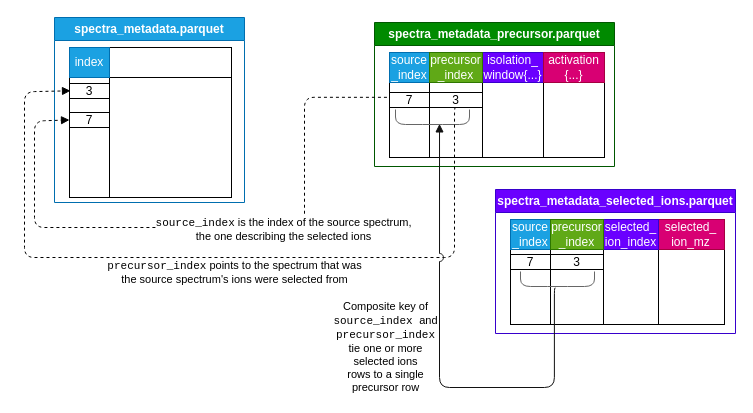
Above: docs/assets/img/precursor-linkage.drawio in HUPO-PSI/mzPeak-specification (draw.io), before the change. Source tidied: cells renumbered, new cells numbered last; positions are measured from the earlier drawing's top-left corner, leaving out a move shared by most shapes. Both pictures are drawn from the tidied source at 100%, with x=0, y=0 at pixel (24, 17).
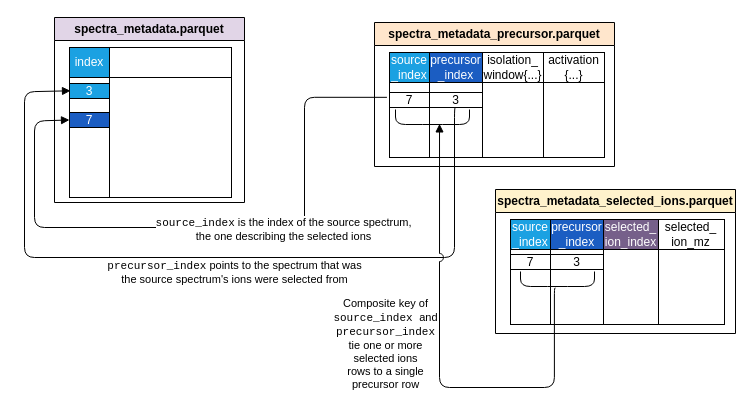
After the change.

Change to the diagram source:
```diff
@@
-    <mxCell id="2" value="spectra_metadata_precursor.parquet" style="swimlane;whiteSpace=wrap;html=1;fillColor=#008a00;fontColor=#ffffff;strokeColor=#005700;" parent="1" vertex="1">
+    <mxCell id="2" value="spectra_metadata_precursor.parquet" style="swimlane;whiteSpace=wrap;html=1;fillColor=#FFE6CC;fontColor=#000000;strokeColor=light-dark(#000000,#121212);" parent="1" vertex="1">
       <mxGeometry x="350" y="5" width="240" height="144" as="geometry" />
     </mxCell>
-    <mxCell id="3" style="rounded=0;whiteSpace=wrap;html=1;direction=south;rotation=90;" parent="2" vertex="1">
+    <mxCell id="3" style="rounded=0;whiteSpace=wrap;html=1;direction=south;rotation=90;strokeColor=light-dark(#000000,#121212);" parent="2" vertex="1">
       <mxGeometry x="-2.5" y="77.5" width="75" height="40" as="geometry" />
     </mxCell>
-    <mxCell id="4" value="&lt;span style=&quot;color: light-dark(rgb(255, 255, 255), rgb(237, 237, 237));&quot;&gt;source&lt;/span&gt;&lt;div&gt;&lt;span style=&quot;color: light-dark(rgb(255, 255, 255), rgb(237, 237, 237));&quot;&gt;_index&lt;/span&gt;&lt;/div&gt;" style="rounded=0;whiteSpace=wrap;html=1;fillColor=#1ba1e2;strokeColor=#006EAF;fontColor=#ffffff;" parent="2" vertex="1">
+    <mxCell id="4" value="&lt;span style=&quot;color: light-dark(rgb(255, 255, 255), rgb(237, 237, 237));&quot;&gt;source&lt;/span&gt;&lt;div&gt;&lt;span style=&quot;color: light-dark(rgb(255, 255, 255), rgb(237, 237, 237));&quot;&gt;_index&lt;/span&gt;&lt;/div&gt;" style="rounded=0;whiteSpace=wrap;html=1;fillColor=#1ba1e2;strokeColor=light-dark(#000000,#121212);fontColor=#ffffff;" parent="2" vertex="1">
       <mxGeometry x="15" y="30" width="40" height="30" as="geometry" />
     </mxCell>
-    <mxCell id="5" style="group;" parent="2" vertex="1">
+    <mxCell id="5" style="group;strokeColor=light-dark(#000000,#121212);" parent="2" vertex="1">
       <mxGeometry x="108" y="30" width="61" height="105" as="geometry" />
     </mxCell>
-    <mxCell id="6" style="rounded=0;whiteSpace=wrap;html=1;" parent="5" vertex="1">
+    <mxCell id="6" style="rounded=0;whiteSpace=wrap;html=1;strokeColor=light-dark(#000000,#121212);" parent="5" vertex="1">
       <mxGeometry y="30" width="61" height="75" as="geometry" />
     </mxCell>
-    <mxCell id="7" value="&lt;span style=&quot;color: light-dark(rgb(255, 255, 255), rgb(237, 237, 237));&quot;&gt;isolation_&lt;/span&gt;&lt;div&gt;&lt;span style=&quot;color: light-dark(rgb(255, 255, 255), rgb(237, 237, 237));&quot;&gt;window{...}&lt;/span&gt;&lt;/div&gt;" style="rounded=0;whiteSpace=wrap;html=1;fillColor=#6a00ff;fontColor=#ffffff;strokeColor=#3700CC;" parent="5" vertex="1">
+    <mxCell id="7" value="isolation_&lt;div&gt;window{...}&lt;/div&gt;" style="rounded=0;whiteSpace=wrap;html=1;fontColor=light-dark(#000000,#EDEDED);strokeColor=light-dark(#000000,#121212);" parent="5" vertex="1">
       <mxGeometry width="61" height="30" as="geometry" />
     </mxCell>
-    <mxCell id="8" style="group;" parent="2" vertex="1">
+    <mxCell id="8" style="group;strokeColor=light-dark(#000000,#121212);" parent="2" vertex="1">
       <mxGeometry x="169" y="30" width="61" height="105" as="geometry" />
     </mxCell>
-    <mxCell id="9" style="rounded=0;whiteSpace=wrap;html=1;" parent="8" vertex="1">
+    <mxCell id="9" style="rounded=0;whiteSpace=wrap;html=1;strokeColor=light-dark(#000000,#121212);" parent="8" vertex="1">
       <mxGeometry y="30" width="61" height="75" as="geometry" />
     </mxCell>
-    <mxCell id="10" value="activation {...}" style="rounded=0;whiteSpace=wrap;html=1;fillColor=#d80073;strokeColor=#A50040;fontColor=#ffffff;" parent="8" vertex="1">
+    <mxCell id="10" value="activation {...}" style="rounded=0;whiteSpace=wrap;html=1;strokeColor=light-dark(#000000,#121212);" parent="8" vertex="1">
       <mxGeometry width="61" height="30" as="geometry" />
     </mxCell>
-    <mxCell id="11" value="7" style="rounded=0;whiteSpace=wrap;html=1;" parent="2" vertex="1">
+    <mxCell id="11" value="7" style="rounded=0;whiteSpace=wrap;html=1;strokeColor=light-dark(#000000,#121212);" parent="2" vertex="1">
       <mxGeometry x="15" y="70" width="40" height="15" as="geometry" />
     </mxCell>
-    <mxCell id="12" style="rounded=0;whiteSpace=wrap;html=1;" parent="2" vertex="1">
+    <mxCell id="12" style="rounded=0;whiteSpace=wrap;html=1;strokeColor=light-dark(#000000,#121212);" parent="2" vertex="1">
       <mxGeometry x="55" y="60" width="53" height="75" as="geometry" />
     </mxCell>
-    <mxCell id="13" value="&lt;span style=&quot;color: light-dark(rgb(255, 255, 255), rgb(237, 237, 237));&quot;&gt;precursor&lt;/span&gt;&lt;div&gt;&lt;span style=&quot;color: light-dark(rgb(255, 255, 255), rgb(237, 237, 237));&quot;&gt;_index&lt;/span&gt;&lt;/div&gt;" style="rounded=0;whiteSpace=wrap;html=1;fillColor=#60a917;strokeColor=#2D7600;fontColor=#ffffff;" parent="2" vertex="1">
+    <mxCell id="13" value="&lt;span style=&quot;color: light-dark(rgb(255, 255, 255), rgb(237, 237, 237));&quot;&gt;precursor&lt;/span&gt;&lt;div&gt;&lt;span style=&quot;color: light-dark(rgb(255, 255, 255), rgb(237, 237, 237));&quot;&gt;_index&lt;/span&gt;&lt;/div&gt;" style="rounded=0;whiteSpace=wrap;html=1;fillColor=#1B5DC2;strokeColor=light-dark(#000000,#121212);fontColor=#ffffff;" parent="2" vertex="1">
       <mxGeometry x="55" y="30" width="53" height="30" as="geometry" />
     </mxCell>
-    <mxCell id="14" value="3" style="rounded=0;whiteSpace=wrap;html=1;" parent="2" vertex="1">
+    <mxCell id="14" value="3" style="rounded=0;whiteSpace=wrap;html=1;strokeColor=light-dark(#000000,#121212);" parent="2" vertex="1">
       <mxGeometry x="55" y="70" width="53" height="15" as="geometry" />
     </mxCell>
-    <mxCell id="15" style="shape=curlyBracket;whiteSpace=wrap;html=1;rounded=1;flipH=1;labelPosition=right;verticalLabelPosition=middle;align=left;verticalAlign=middle;legacyAnchorPoints=0;rotation=90;size=0;fillColor=#f5f5f5;fontColor=#333333;strokeColor=#666666;" parent="2" vertex="1">
+    <mxCell id="15" style="shape=curlyBracket;whiteSpace=wrap;html=1;rounded=1;flipH=1;labelPosition=right;verticalLabelPosition=middle;align=left;verticalAlign=middle;legacyAnchorPoints=0;rotation=90;size=0;fillColor=#f5f5f5;fontColor=#333333;strokeColor=light-dark(#000000,#121212);" parent="2" vertex="1">
       <mxGeometry x="50.5" y="57.5" width="15" height="74" as="geometry" />
     </mxCell>
-    <mxCell id="16" value="spectra_metadata.parquet" style="swimlane;whiteSpace=wrap;html=1;fillColor=#1ba1e2;fontColor=#ffffff;strokeColor=#006EAF;" parent="1" vertex="1">
+    <mxCell id="16" value="spectra_metadata.parquet" style="swimlane;whiteSpace=wrap;html=1;fillColor=#E1D5E7;fontColor=#000000;strokeColor=light-dark(#000000,#121212);" parent="1" vertex="1">
       <mxGeometry x="30" width="190" height="185" as="geometry" />
     </mxCell>
-    <mxCell id="17" style="group;" parent="16" vertex="1">
+    <mxCell id="17" style="group;strokeColor=light-dark(#000000,#121212);" parent="16" vertex="1">
       <mxGeometry x="55" y="30" width="122" height="150" as="geometry" />
     </mxCell>
-    <mxCell id="18" style="rounded=0;whiteSpace=wrap;html=1;" parent="17" vertex="1">
+    <mxCell id="18" style="rounded=0;whiteSpace=wrap;html=1;strokeColor=light-dark(#000000,#121212);" parent="17" vertex="1">
       <mxGeometry y="30" width="122" height="120" as="geometry" />
     </mxCell>
-    <mxCell id="19" style="rounded=0;whiteSpace=wrap;html=1;" parent="17" vertex="1">
+    <mxCell id="19" style="rounded=0;whiteSpace=wrap;html=1;strokeColor=light-dark(#000000,#121212);" parent="17" vertex="1">
       <mxGeometry width="122" height="30" as="geometry" />
     </mxCell>
-    <mxCell id="20" style="group;" parent="16" vertex="1">
-      <mxGeometry x="-25" y="30" width="120" height="110" as="geometry" />
-    </mxCell>
-    <mxCell id="21" style="rounded=0;whiteSpace=wrap;html=1;direction=south;rotation=90;" parent="20" vertex="1">
-      <mxGeometry y="70" width="120" height="40" as="geometry" />
+    <mxCell id="21" style="rounded=0;whiteSpace=wrap;html=1;direction=south;rotation=90;strokeColor=light-dark(#000000,#121212);" parent="16" vertex="1">
+      <mxGeometry x="-25" y="100" width="120" height="40" as="geometry" />
     </mxCell>
-    <mxCell id="22" value="&lt;div&gt;&lt;span style=&quot;color: light-dark(rgb(255, 255, 255), rgb(237, 237, 237));&quot;&gt;index&lt;/span&gt;&lt;/div&gt;" style="rounded=0;whiteSpace=wrap;html=1;fillColor=#1ba1e2;strokeColor=#006EAF;fontColor=#FFFFFF;" parent="20" vertex="1">
-      <mxGeometry x="40" width="40" height="30" as="geometry" />
+    <mxCell id="22" value="&lt;div&gt;&lt;span style=&quot;color: light-dark(rgb(255, 255, 255), rgb(237, 237, 237));&quot;&gt;index&lt;/span&gt;&lt;/div&gt;" style="rounded=0;whiteSpace=wrap;html=1;fillColor=#1ba1e2;strokeColor=light-dark(#000000,#121212);fontColor=#FFFFFF;" parent="16" vertex="1">
+      <mxGeometry x="15" y="30" width="40" height="30" as="geometry" />
     </mxCell>
-    <mxCell id="23" value="7" style="rounded=0;whiteSpace=wrap;html=1;" parent="20" vertex="1">
-      <mxGeometry x="40" y="65" width="40" height="15" as="geometry" />
+    <mxCell id="23" value="7" style="rounded=0;whiteSpace=wrap;html=1;fillColor=#1B5DC2;fontColor=#FFFFFF;strokeColor=light-dark(#000000,#121212);" parent="16" vertex="1">
+      <mxGeometry x="15" y="95" width="40" height="15" as="geometry" />
     </mxCell>
-    <mxCell id="24" value="spectra_metadata_selected_ions.parquet" style="swimlane;whiteSpace=wrap;html=1;fillColor=#6a00ff;fontColor=#ffffff;strokeColor=#3700CC;" parent="1" vertex="1">
+    <mxCell id="24" value="spectra_metadata_selected_ions.parquet" style="swimlane;whiteSpace=wrap;html=1;fillColor=#FFF2CC;fontColor=#000000;strokeColor=light-dark(#000000,#121212);" parent="1" vertex="1">
       <mxGeometry x="471" y="172" width="240" height="144" as="geometry" />
     </mxCell>
-    <mxCell id="25" style="rounded=0;whiteSpace=wrap;html=1;direction=south;rotation=90;" parent="24" vertex="1">
+    <mxCell id="25" style="rounded=0;whiteSpace=wrap;html=1;direction=south;rotation=90;strokeColor=light-dark(#000000,#121212);" parent="24" vertex="1">
       <mxGeometry x="-2.5" y="77.5" width="75" height="40" as="geometry" />
     </mxCell>
-    <mxCell id="26" value="&lt;span style=&quot;color: light-dark(rgb(255, 255, 255), rgb(237, 237, 237));&quot;&gt;source&lt;/span&gt;&lt;div&gt;&lt;span style=&quot;color: light-dark(rgb(255, 255, 255), rgb(237, 237, 237));&quot;&gt;_index&lt;/span&gt;&lt;/div&gt;" style="rounded=0;whiteSpace=wrap;html=1;fillColor=#1ba1e2;strokeColor=#006EAF;fontColor=#ffffff;" parent="24" vertex="1">
+    <mxCell id="26" value="&lt;span style=&quot;color: light-dark(rgb(255, 255, 255), rgb(237, 237, 237));&quot;&gt;source&lt;/span&gt;&lt;div&gt;&lt;span style=&quot;color: light-dark(rgb(255, 255, 255), rgb(237, 237, 237));&quot;&gt;_index&lt;/span&gt;&lt;/div&gt;" style="rounded=0;whiteSpace=wrap;html=1;fillColor=#1ba1e2;strokeColor=light-dark(#000000,#121212);fontColor=#ffffff;" parent="24" vertex="1">
       <mxGeometry x="15" y="30" width="40" height="30" as="geometry" />
     </mxCell>
-    <mxCell id="27" style="rounded=0;whiteSpace=wrap;html=1;" parent="24" vertex="1">
+    <mxCell id="27" style="rounded=0;whiteSpace=wrap;html=1;strokeColor=light-dark(#000000,#121212);" parent="24" vertex="1">
       <mxGeometry x="162" y="60" width="67" height="75" as="geometry" />
     </mxCell>
-    <mxCell id="28" value="&lt;span style=&quot;color: light-dark(rgb(255, 255, 255), rgb(237, 237, 237));&quot;&gt;selected_&lt;/span&gt;&lt;div&gt;&lt;span style=&quot;color: light-dark(rgb(255, 255, 255), rgb(237, 237, 237));&quot;&gt;ion_mz&lt;/span&gt;&lt;/div&gt;" style="rounded=0;whiteSpace=wrap;html=1;fillColor=#d80073;strokeColor=#A50040;fontColor=#ffffff;" parent="24" vertex="1">
+    <mxCell id="28" value="selected_&lt;div&gt;ion_mz&lt;/div&gt;" style="rounded=0;whiteSpace=wrap;html=1;fontColor=light-dark(#000000,#121212);strokeColor=light-dark(#000000,#121212);" parent="24" vertex="1">
       <mxGeometry x="162" y="30" width="67" height="30" as="geometry" />
     </mxCell>
-    <mxCell id="29" style="rounded=0;whiteSpace=wrap;html=1;direction=south;rotation=90;" parent="24" vertex="1">
+    <mxCell id="29" style="rounded=0;whiteSpace=wrap;html=1;direction=south;rotation=90;strokeColor=light-dark(#000000,#121212);" parent="24" vertex="1">
       <mxGeometry x="98" y="70" width="75" height="55" as="geometry" />
     </mxCell>
-    <mxCell id="30" value="&lt;span style=&quot;color: light-dark(rgb(255, 255, 255), rgb(18, 18, 18));&quot;&gt;selected_&lt;/span&gt;&lt;div&gt;&lt;span style=&quot;color: light-dark(rgb(255, 255, 255), rgb(18, 18, 18));&quot;&gt;ion_index&lt;/span&gt;&lt;/div&gt;" style="rounded=0;whiteSpace=wrap;html=1;fillColor=#6a00ff;strokeColor=#3700CC;fontColor=#ffffff;" parent="24" vertex="1">
+    <mxCell id="30" value="selected_&lt;div&gt;ion_index&lt;/div&gt;" style="rounded=0;whiteSpace=wrap;html=1;fontColor=#ffffff;fillColor=#76608a;strokeColor=light-dark(#000000,#121212);" parent="24" vertex="1">
       <mxGeometry x="108" y="30" width="55" height="30" as="geometry" />
     </mxCell>
-    <mxCell id="31" value="7" style="rounded=0;whiteSpace=wrap;html=1;" parent="24" vertex="1">
+    <mxCell id="31" value="7" style="rounded=0;whiteSpace=wrap;html=1;strokeColor=light-dark(#000000,#121212);" parent="24" vertex="1">
       <mxGeometry x="15" y="65" width="40" height="15" as="geometry" />
     </mxCell>
-    <mxCell id="32" style="rounded=0;whiteSpace=wrap;html=1;" parent="24" vertex="1">
+    <mxCell id="32" style="rounded=0;whiteSpace=wrap;html=1;strokeColor=light-dark(#000000,#121212);" parent="24" vertex="1">
       <mxGeometry x="55" y="60" width="53" height="75" as="geometry" />
     </mxCell>
-    <mxCell id="33" value="&lt;span style=&quot;color: light-dark(rgb(255, 255, 255), rgb(237, 237, 237));&quot;&gt;precursor&lt;/span&gt;&lt;div&gt;&lt;span style=&quot;color: light-dark(rgb(255, 255, 255), rgb(237, 237, 237));&quot;&gt;_index&lt;/span&gt;&lt;/div&gt;" style="rounded=0;whiteSpace=wrap;html=1;fillColor=#60a917;strokeColor=#2D7600;fontColor=#ffffff;" parent="24" vertex="1">
+    <mxCell id="33" value="&lt;span style=&quot;color: light-dark(rgb(255, 255, 255), rgb(237, 237, 237));&quot;&gt;precursor&lt;/span&gt;&lt;div&gt;&lt;span style=&quot;color: light-dark(rgb(255, 255, 255), rgb(237, 237, 237));&quot;&gt;_index&lt;/span&gt;&lt;/div&gt;" style="rounded=0;whiteSpace=wrap;html=1;fillColor=#1B5DC2;strokeColor=light-dark(#000000,#121212);fontColor=#ffffff;" parent="24" vertex="1">
       <mxGeometry x="55" y="30" width="53" height="30" as="geometry" />
     </mxCell>
-    <mxCell id="34" value="3" style="rounded=0;whiteSpace=wrap;html=1;" parent="24" vertex="1">
+    <mxCell id="34" value="3" style="rounded=0;whiteSpace=wrap;html=1;strokeColor=light-dark(#000000,#121212);" parent="24" vertex="1">
       <mxGeometry x="55" y="65" width="53" height="15" as="geometry" />
     </mxCell>
-    <mxCell id="35" style="shape=curlyBracket;whiteSpace=wrap;html=1;rounded=1;flipH=1;labelPosition=right;verticalLabelPosition=middle;align=left;verticalAlign=middle;legacyAnchorPoints=0;rotation=90;size=0;fillColor=#f5f5f5;fontColor=#333333;strokeColor=#666666;" parent="24" vertex="1">
+    <mxCell id="35" style="shape=curlyBracket;whiteSpace=wrap;html=1;rounded=1;flipH=1;labelPosition=right;verticalLabelPosition=middle;align=left;verticalAlign=middle;legacyAnchorPoints=0;rotation=90;size=0;fillColor=#f5f5f5;fontColor=#333333;strokeColor=light-dark(#000000,#121212);" parent="24" vertex="1">
       <mxGeometry x="54.5" y="52.5" width="15" height="74" as="geometry" />
     </mxCell>
-    <mxCell id="36" value="3" style="rounded=0;whiteSpace=wrap;html=1;" parent="1" vertex="1">
+    <mxCell id="36" value="3" style="rounded=0;whiteSpace=wrap;html=1;fillColor=#1ba1e2;fontColor=#ffffff;strokeColor=light-dark(#000000,#121212);" parent="1" vertex="1">
       <mxGeometry x="45" y="66" width="40" height="15" as="geometry" />
     </mxCell>
-    <mxCell id="37" style="edgeStyle=orthogonalEdgeStyle;html=1;entryX=0.025;entryY=0.487;entryDx=0;entryDy=0;exitX=0.5;exitY=1;exitDx=0;exitDy=0;dashed=1;strokeColor=light-dark(#000000, #37b637);endArrow=block;endFill=1;entryPerimeter=0;" parent="1" edge="1" source="14" target="36">
+    <mxCell id="37" style="edgeStyle=orthogonalEdgeStyle;html=1;entryX=0.025;entryY=0.487;entryDx=0;entryDy=0;exitX=0.5;exitY=1;exitDx=0;exitDy=0;strokeColor=light-dark(#000000,#121212);endArrow=block;endFill=1;entryPerimeter=0;jumpStyle=arc;" parent="1" edge="1" source="14" target="36">
       <mxGeometry relative="1" as="geometry">
         <Array as="points">
           <mxPoint x="430" y="90" />
           <mxPoint x="430" y="240" />
           <mxPoint y="240" />
           <mxPoint y="74.3" />
         </Array>
       </mxGeometry>
     </mxCell>
@@
-    <mxCell id="39" style="edgeStyle=orthogonalEdgeStyle;html=1;exitX=-0.098;exitY=0.528;exitDx=0;exitDy=0;entryX=0.04;entryY=0.405;entryDx=0;entryDy=0;entryPerimeter=0;strokeColor=light-dark(#121212,#999999);jumpStyle=arc;jumpSize=8;endArrow=block;endFill=1;exitPerimeter=0;" parent="1" edge="1" source="35" target="15">
+    <mxCell id="39" style="edgeStyle=orthogonalEdgeStyle;html=1;exitX=-0.098;exitY=0.528;exitDx=0;exitDy=0;entryX=0.04;entryY=0.405;entryDx=0;entryDy=0;entryPerimeter=0;strokeColor=light-dark(#000000,#121212);jumpStyle=arc;jumpSize=8;endArrow=block;endFill=1;exitPerimeter=0;" parent="1" edge="1" source="35" target="15">
       <mxGeometry x="0.02" relative="1" as="geometry">
         <Array as="points">
           <mxPoint x="529.9" y="270.5" />
           <mxPoint x="529.9" y="370" />
           <mxPoint x="415" y="370" />
         </Array>
       </mxGeometry>
     </mxCell>
     <mxCell id="40" value="Composite key of&lt;div&gt;&lt;font face=&quot;Courier New&quot;&gt;source_index &lt;/font&gt;and&lt;/div&gt;&lt;div&gt;&lt;font face=&quot;Courier New&quot;&gt;precursor_index&lt;/font&gt;&lt;/div&gt;&lt;div&gt;tie one or more&lt;/div&gt;&lt;div&gt;selected ions&lt;/div&gt;&lt;div&gt;rows to a single&lt;/div&gt;&lt;div&gt;precursor row&lt;/div&gt;" style="edgeLabel;html=1;align=center;verticalAlign=middle;" parent="39" vertex="1">
-      <mxGeometry x="0.19" relative="1" as="geometry">
-        <mxPoint x="-55" y="29" as="offset" />
+      <mxGeometry x="0.21" relative="1" as="geometry">
+        <mxPoint x="-55" y="31" as="offset" />
       </mxGeometry>
     </mxCell>
-    <mxCell id="41" style="html=1;entryX=0;entryY=0.5;entryDx=0;entryDy=0;exitX=-0.064;exitY=0.322;exitDx=0;exitDy=0;edgeStyle=orthogonalEdgeStyle;dashed=1;strokeColor=light-dark(#000000,#EDEDED);exitPerimeter=0;endArrow=block;endFill=1;" parent="1" edge="1" source="11" target="23">
+    <mxCell id="41" style="html=1;entryX=0;entryY=0.5;entryDx=0;entryDy=0;exitX=-0.064;exitY=0.322;exitDx=0;exitDy=0;edgeStyle=orthogonalEdgeStyle;strokeColor=light-dark(#000000,#121212);exitPerimeter=0;endArrow=block;endFill=1;jumpStyle=arc;" parent="1" edge="1" source="11" target="23">
       <mxGeometry relative="1" as="geometry">
         <Array as="points">
           <mxPoint x="280" y="79.8" />
           <mxPoint x="280" y="210" />
           <mxPoint x="10" y="210" />
           <mxPoint x="10" y="103.5" />
         </Array>
       </mxGeometry>
     </mxCell>
```
